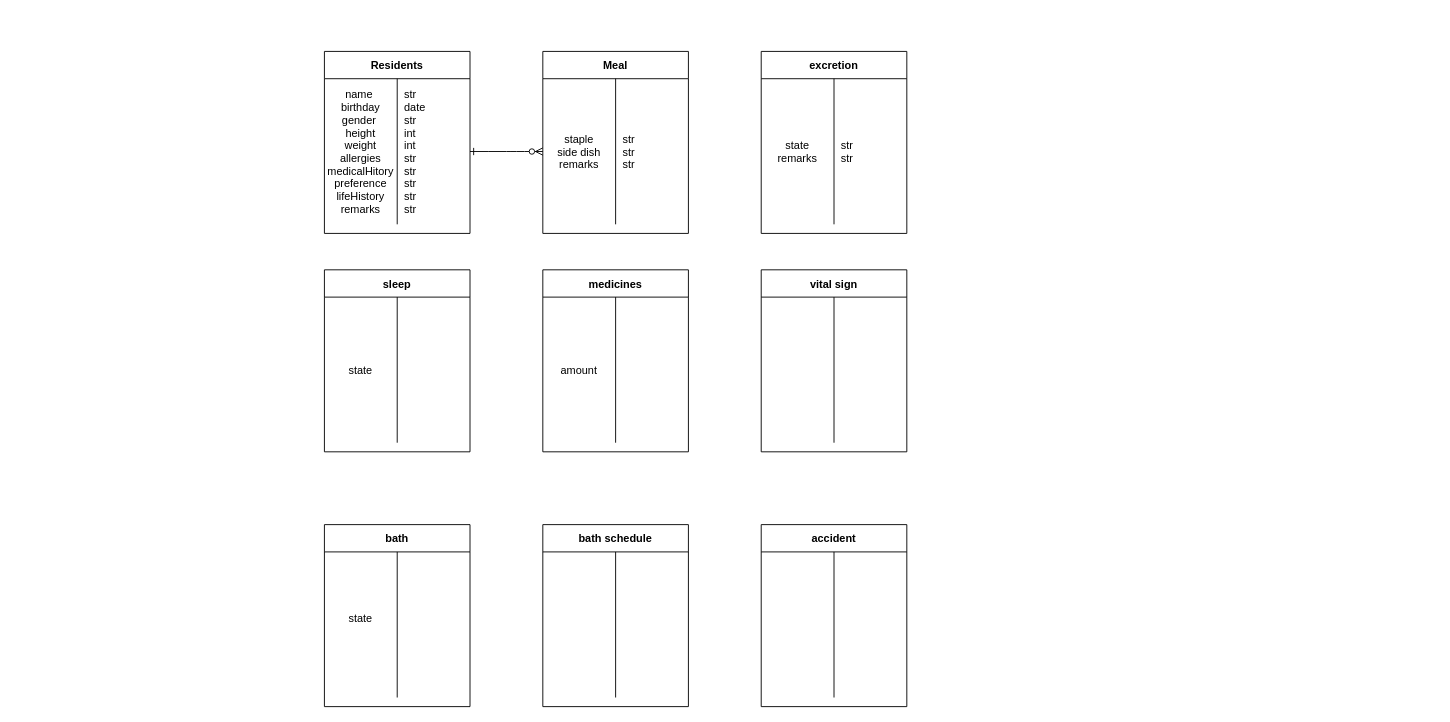
Before: 名称未設定ファイル.drawio in daiki-nishimura/architecture, a draw.io diagram. Source tidied: cells renumbered, new cells numbered last; positions are measured from the earlier drawing's top-left corner, leaving out a move shared by most shapes. Both pictures are drawn from the tidied source at 91%, with x=0, y=0 at pixel (324, 51).
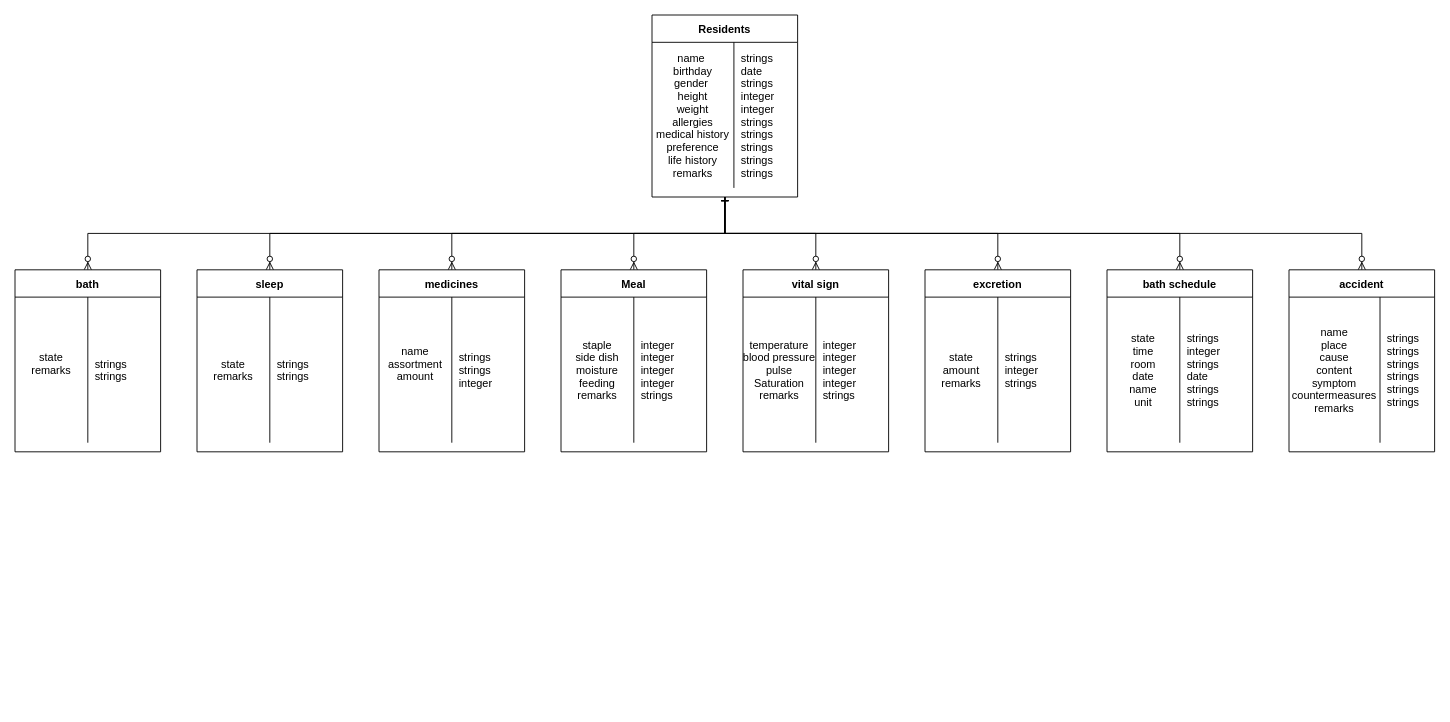
Above is the later version.

Commit message:
ER図.drawio を更新します

The change refers to these unchanged cells:
```xml
<mxCell id="4" style="shape=partialRectangle;fillColor=none;top=0;left=0;right=0;bottom=0;" parent="3" vertex="1">
  <mxGeometry y="30" width="160" height="160" as="geometry" />
</mxCell>
<mxCell id="8" style="shape=partialRectangle;fillColor=none;points=[[0,0.5],[1,0.5]];portConstraint=eastwest;top=0;left=0;right=0;bottom=0;" parent="7" vertex="1">
  <mxGeometry y="30" width="160" height="160" as="geometry" />
</mxCell>
<mxCell id="12" style="shape=partialRectangle;fillColor=none;top=0;left=0;right=0;bottom=0;" parent="11" vertex="1">
  <mxGeometry y="30" width="160" height="160" as="geometry" />
</mxCell>
<mxCell id="16" style="shape=partialRectangle;fillColor=none;top=0;left=0;right=0;bottom=0;" parent="15" vertex="1">
  <mxGeometry y="30" width="160" height="160" as="geometry" />
</mxCell>
<mxCell id="20" style="shape=partialRectangle;fillColor=none;top=0;left=0;right=0;bottom=0;" parent="19" vertex="1">
  <mxGeometry y="30" width="160" height="160" as="geometry" />
</mxCell>
<mxCell id="24" style="shape=partialRectangle;fillColor=none;top=0;left=0;right=0;bottom=0;" parent="23" vertex="1">
  <mxGeometry y="30" width="160" height="160" as="geometry" />
</mxCell>
<mxCell id="28" style="shape=partialRectangle;fillColor=none;top=0;left=0;right=0;bottom=0;" parent="27" vertex="1">
  <mxGeometry y="30" width="160" height="160" as="geometry" />
</mxCell>
<mxCell id="32" style="shape=partialRectangle;fillColor=none;top=0;left=0;right=0;bottom=0;" parent="31" vertex="1">
  <mxGeometry y="30" width="160" height="160" as="geometry" />
</mxCell>
<mxCell id="36" style="shape=partialRectangle;fillColor=none;top=0;left=0;right=0;bottom=0;" parent="35" vertex="1">
  <mxGeometry y="30" width="160" height="160" as="geometry" />
</mxCell>
```

The edit, as a diff of the source:
```diff
@@
-    <mxCell id="2" style="edgeStyle=entityRelationEdgeStyle;endArrow=ERzeroToMany;startArrow=ERone;endFill=1;startFill=0;entryX=0;entryY=0.5;entryDx=0;entryDy=0;" parent="1" edge="1" target="8">
-      <mxGeometry relative="1" as="geometry">
-        <mxPoint x="160" y="110" as="sourcePoint" />
-      </mxGeometry>
-    </mxCell>
+    <mxCell id="39" style="edgeStyle=orthogonalEdgeStyle;rounded=0;jumpStyle=none;jettySize=auto;html=1;entryX=0.5;entryY=0;entryDx=0;entryDy=0;strokeColor=#000000;startArrow=ERone;startFill=0;endArrow=ERzeroToMany;endFill=1;" parent="1" edge="1" source="3" target="7">
+      <mxGeometry relative="1" as="geometry" />
+    </mxCell>
+    <mxCell id="40" style="edgeStyle=orthogonalEdgeStyle;rounded=0;jumpStyle=none;jettySize=auto;html=1;startArrow=ERone;startFill=0;endArrow=ERzeroToMany;endFill=1;strokeColor=#000000;" parent="1" edge="1" source="3" target="15">
+      <mxGeometry relative="1" as="geometry">
+        <Array as="points">
+          <mxPoint x="440" y="200" />
+          <mxPoint x="140" y="200" />
+        </Array>
+      </mxGeometry>
+    </mxCell>
+    <mxCell id="41" style="edgeStyle=orthogonalEdgeStyle;rounded=0;jumpStyle=none;jettySize=auto;html=1;entryX=0.5;entryY=0;entryDx=0;entryDy=0;startArrow=ERone;startFill=0;endArrow=ERzeroToMany;endFill=1;strokeColor=#000000;" parent="1" edge="1" source="3" target="23">
+      <mxGeometry relative="1" as="geometry">
+        <Array as="points">
+          <mxPoint x="440" y="200" />
+          <mxPoint x="-60" y="200" />
+        </Array>
+      </mxGeometry>
+    </mxCell>
+    <mxCell id="42" style="edgeStyle=orthogonalEdgeStyle;rounded=0;jumpStyle=none;jettySize=auto;html=1;entryX=0.5;entryY=0;entryDx=0;entryDy=0;startArrow=ERone;startFill=0;endArrow=ERzeroToMany;endFill=1;strokeColor=#000000;" parent="1" edge="1" source="3" target="27">
+      <mxGeometry relative="1" as="geometry">
+        <Array as="points">
+          <mxPoint x="440" y="200" />
+          <mxPoint x="-260" y="200" />
+        </Array>
+      </mxGeometry>
+    </mxCell>
+    <mxCell id="43" style="edgeStyle=orthogonalEdgeStyle;rounded=0;jumpStyle=none;jettySize=auto;html=1;entryX=0.5;entryY=0;entryDx=0;entryDy=0;startArrow=ERone;startFill=0;endArrow=ERzeroToMany;endFill=1;strokeColor=#000000;" parent="1" edge="1" source="3" target="19">
+      <mxGeometry relative="1" as="geometry">
+        <Array as="points">
+          <mxPoint x="440" y="200" />
+          <mxPoint x="540" y="200" />
+        </Array>
+      </mxGeometry>
+    </mxCell>
+    <mxCell id="44" style="edgeStyle=orthogonalEdgeStyle;rounded=0;jumpStyle=none;jettySize=auto;html=1;startArrow=ERone;startFill=0;endArrow=ERzeroToMany;endFill=1;strokeColor=#000000;" parent="1" edge="1" source="3" target="11">
+      <mxGeometry relative="1" as="geometry">
+        <Array as="points">
+          <mxPoint x="440" y="200" />
+          <mxPoint x="740" y="200" />
+        </Array>
+      </mxGeometry>
+    </mxCell>
+    <mxCell id="45" style="edgeStyle=orthogonalEdgeStyle;rounded=0;jumpStyle=none;jettySize=auto;html=1;startArrow=ERone;startFill=0;endArrow=ERzeroToMany;endFill=1;strokeColor=#000000;entryX=0.5;entryY=0;entryDx=0;entryDy=0;" parent="1" edge="1" source="3" target="31">
+      <mxGeometry relative="1" as="geometry">
+        <Array as="points">
+          <mxPoint x="440" y="200" />
+          <mxPoint x="940" y="200" />
+        </Array>
+      </mxGeometry>
+    </mxCell>
+    <mxCell id="46" style="edgeStyle=orthogonalEdgeStyle;rounded=0;jumpStyle=none;jettySize=auto;html=1;entryX=0.5;entryY=0;entryDx=0;entryDy=0;startArrow=ERone;startFill=0;endArrow=ERzeroToMany;endFill=1;strokeColor=#000000;" parent="1" edge="1" source="3" target="35">
+      <mxGeometry relative="1" as="geometry">
+        <Array as="points">
+          <mxPoint x="440" y="200" />
+          <mxPoint x="1140" y="200" />
+        </Array>
+      </mxGeometry>
+    </mxCell>
     <mxCell id="3" value="Residents" style="shape=table;startSize=30;childLayout=tableLayout;rowLines=0;fontStyle=1;align=center;" parent="1" vertex="1">
-      <mxGeometry width="160" height="200" as="geometry" />
+      <mxGeometry x="360" y="-40" width="160" height="200" as="geometry" />
     </mxCell>
@@
-    <mxCell id="5" value="name &#10;birthday&#10;gender &#10;height&#10;weight&#10;allergies&#10;medicalHitory&#10;preference&#10;lifeHistory&#10;remarks" style="shape=partialRectangle;overflow=hidden;fillColor=none;top=0;left=0;bottom=0;right=0;" parent="4" vertex="1">
-      <mxGeometry width="80" height="160" as="geometry" />
+    <mxCell id="5" value="name &#10;birthday&#10;gender &#10;height&#10;weight&#10;allergies&#10;medical history&#10;preference&#10;life history&#10;remarks" style="shape=partialRectangle;overflow=hidden;fillColor=none;top=0;left=0;bottom=0;right=0;" parent="4" vertex="1">
+      <mxGeometry width="90" height="160" as="geometry" />
     </mxCell>
-    <mxCell id="6" value="str&#10;date&#10;str&#10;int&#10;int&#10;str&#10;str&#10;str&#10;str&#10;str" style="shape=partialRectangle;overflow=hidden;fillColor=none;top=0;left=0;bottom=0;right=0;align=left;spacingLeft=6;" parent="4" vertex="1">
-      <mxGeometry x="80" width="80" height="160" as="geometry" />
+    <mxCell id="6" value="strings&#10;date&#10;strings&#10;integer&#10;integer&#10;strings&#10;strings&#10;strings&#10;strings&#10;strings" style="shape=partialRectangle;overflow=hidden;fillColor=none;top=0;left=0;bottom=0;right=0;align=left;spacingLeft=6;" parent="4" vertex="1">
+      <mxGeometry x="90" width="70" height="160" as="geometry" />
     </mxCell>
     <mxCell id="7" value="Meal" style="shape=table;startSize=30;childLayout=tableLayout;rowLines=0;fontStyle=1;align=center;" parent="1" vertex="1">
-      <mxGeometry x="240" width="160" height="200" as="geometry" />
+      <mxGeometry x="260" y="240" width="160" height="200" as="geometry" />
     </mxCell>
@@
-    <mxCell id="9" value="&#10;staple&#10;side dish&#10;remarks&#10;" style="shape=partialRectangle;overflow=hidden;fillColor=none;top=0;left=0;bottom=0;right=0;verticalAlign=middle;" parent="8" vertex="1">
+    <mxCell id="9" value="&#10;staple&#10;side dish&#10;moisture&#10;feeding&#10;remarks&#10;" style="shape=partialRectangle;overflow=hidden;fillColor=none;top=0;left=0;bottom=0;right=0;verticalAlign=middle;" parent="8" vertex="1">
       <mxGeometry width="80" height="160" as="geometry" />
     </mxCell>
-    <mxCell id="10" value="str&#10;str&#10;str" style="shape=partialRectangle;overflow=hidden;fillColor=none;top=0;left=0;bottom=0;right=0;align=left;spacingLeft=6;verticalAlign=middle;" parent="8" vertex="1">
+    <mxCell id="10" value="integer&#10;integer&#10;integer&#10;integer&#10;strings" style="shape=partialRectangle;overflow=hidden;fillColor=none;top=0;left=0;bottom=0;right=0;align=left;spacingLeft=6;verticalAlign=middle;" parent="8" vertex="1">
       <mxGeometry x="80" width="80" height="160" as="geometry" />
     </mxCell>
     <mxCell id="11" value="excretion" style="shape=table;startSize=30;childLayout=tableLayout;rowLines=0;fontStyle=1;align=center;" parent="1" vertex="1">
-      <mxGeometry x="480" width="160" height="200" as="geometry" />
+      <mxGeometry x="660" y="240" width="160" height="200" as="geometry" />
     </mxCell>
@@
-    <mxCell id="13" value="state&#10;remarks" style="shape=partialRectangle;overflow=hidden;fillColor=none;top=0;left=0;bottom=0;right=0;" parent="12" vertex="1">
+    <mxCell id="13" value="state&#10;amount&#10;remarks" style="shape=partialRectangle;overflow=hidden;fillColor=none;top=0;left=0;bottom=0;right=0;" parent="12" vertex="1">
       <mxGeometry width="80" height="160" as="geometry" />
     </mxCell>
-    <mxCell id="14" value="str&#10;str" style="shape=partialRectangle;overflow=hidden;fillColor=none;top=0;left=0;bottom=0;right=0;align=left;spacingLeft=6;" parent="12" vertex="1">
+    <mxCell id="14" value="strings&#10;integer&#10;strings" style="shape=partialRectangle;overflow=hidden;fillColor=none;top=0;left=0;bottom=0;right=0;align=left;spacingLeft=6;" parent="12" vertex="1">
       <mxGeometry x="80" width="80" height="160" as="geometry" />
     </mxCell>
     <mxCell id="15" value="medicines" style="shape=table;startSize=30;childLayout=tableLayout;rowLines=0;fontStyle=1;align=center;" parent="1" vertex="1">
-      <mxGeometry x="240" y="240" width="160" height="200" as="geometry" />
+      <mxGeometry x="60" y="240" width="160" height="200" as="geometry" />
     </mxCell>
@@
-    <mxCell id="17" value="amount" style="shape=partialRectangle;overflow=hidden;fillColor=none;top=0;left=0;bottom=0;right=0;" parent="16" vertex="1">
+    <mxCell id="17" value="name&#10; assortment &#10;amount&#10;" style="shape=partialRectangle;overflow=hidden;fillColor=none;top=0;left=0;bottom=0;right=0;" parent="16" vertex="1">
       <mxGeometry width="80" height="160" as="geometry" />
     </mxCell>
-    <mxCell id="18" style="shape=partialRectangle;overflow=hidden;fillColor=none;top=0;left=0;bottom=0;right=0;align=left;spacingLeft=6;" parent="16" vertex="1">
+    <mxCell id="18" value="strings&#10;strings&#10;integer" style="shape=partialRectangle;overflow=hidden;fillColor=none;top=0;left=0;bottom=0;right=0;align=left;spacingLeft=6;" parent="16" vertex="1">
       <mxGeometry x="80" width="80" height="160" as="geometry" />
     </mxCell>
     <mxCell id="19" value="vital sign" style="shape=table;startSize=30;childLayout=tableLayout;rowLines=0;fontStyle=1;align=center;" parent="1" vertex="1">
-      <mxGeometry x="480" y="240" width="160" height="200" as="geometry" />
+      <mxGeometry x="460" y="240" width="160" height="200" as="geometry" />
     </mxCell>
@@
-    <mxCell id="21" style="shape=partialRectangle;overflow=hidden;fillColor=none;top=0;left=0;bottom=0;right=0;" parent="20" vertex="1">
+    <mxCell id="21" value="temperature&#10;blood pressure&#10;pulse&#10;Saturation&#10;remarks" style="shape=partialRectangle;overflow=hidden;fillColor=none;top=0;left=0;bottom=0;right=0;" parent="20" vertex="1">
       <mxGeometry width="80" height="160" as="geometry" />
     </mxCell>
-    <mxCell id="22" style="shape=partialRectangle;overflow=hidden;fillColor=none;top=0;left=0;bottom=0;right=0;align=left;spacingLeft=6;" parent="20" vertex="1">
+    <mxCell id="22" value="integer&#10;integer&#10;integer&#10;integer&#10;strings" style="shape=partialRectangle;overflow=hidden;fillColor=none;top=0;left=0;bottom=0;right=0;align=left;spacingLeft=6;" parent="20" vertex="1">
       <mxGeometry x="80" width="80" height="160" as="geometry" />
     </mxCell>
     <mxCell id="23" value="sleep" style="shape=table;startSize=30;childLayout=tableLayout;rowLines=0;fontStyle=1;align=center;" parent="1" vertex="1">
-      <mxGeometry y="240" width="160" height="200" as="geometry" />
+      <mxGeometry x="-140" y="240" width="160" height="200" as="geometry" />
     </mxCell>
@@
-    <mxCell id="25" value="state" style="shape=partialRectangle;overflow=hidden;fillColor=none;top=0;left=0;bottom=0;right=0;" parent="24" vertex="1">
+    <mxCell id="25" value="state&#10;remarks" style="shape=partialRectangle;overflow=hidden;fillColor=none;top=0;left=0;bottom=0;right=0;" parent="24" vertex="1">
       <mxGeometry width="80" height="160" as="geometry" />
     </mxCell>
-    <mxCell id="26" style="shape=partialRectangle;overflow=hidden;fillColor=none;top=0;left=0;bottom=0;right=0;align=left;spacingLeft=6;" parent="24" vertex="1">
+    <mxCell id="26" value="strings&#10;strings" style="shape=partialRectangle;overflow=hidden;fillColor=none;top=0;left=0;bottom=0;right=0;align=left;spacingLeft=6;" parent="24" vertex="1">
       <mxGeometry x="80" width="80" height="160" as="geometry" />
     </mxCell>
     <mxCell id="27" value="bath" style="shape=table;startSize=30;childLayout=tableLayout;rowLines=0;fontStyle=1;align=center;" parent="1" vertex="1">
-      <mxGeometry y="520" width="160" height="200" as="geometry" />
+      <mxGeometry x="-340" y="240" width="160" height="200" as="geometry" />
     </mxCell>
@@
-    <mxCell id="29" value="state&#10;" style="shape=partialRectangle;overflow=hidden;fillColor=none;top=0;left=0;bottom=0;right=0;" parent="28" vertex="1">
+    <mxCell id="29" value="state&#10;remarks&#10;" style="shape=partialRectangle;overflow=hidden;fillColor=none;top=0;left=0;bottom=0;right=0;" parent="28" vertex="1">
       <mxGeometry width="80" height="160" as="geometry" />
     </mxCell>
-    <mxCell id="30" style="shape=partialRectangle;overflow=hidden;fillColor=none;top=0;left=0;bottom=0;right=0;align=left;spacingLeft=6;" parent="28" vertex="1">
+    <mxCell id="30" value="strings&#10;strings" style="shape=partialRectangle;overflow=hidden;fillColor=none;top=0;left=0;bottom=0;right=0;align=left;spacingLeft=6;" parent="28" vertex="1">
       <mxGeometry x="80" width="80" height="160" as="geometry" />
     </mxCell>
     <mxCell id="31" value="bath schedule" style="shape=table;startSize=30;childLayout=tableLayout;rowLines=0;fontStyle=1;align=center;" parent="1" vertex="1">
-      <mxGeometry x="240" y="520" width="160" height="200" as="geometry" />
+      <mxGeometry x="860" y="240" width="160" height="200" as="geometry" />
     </mxCell>
@@
-    <mxCell id="33" style="shape=partialRectangle;overflow=hidden;fillColor=none;top=0;left=0;bottom=0;right=0;" parent="32" vertex="1">
+    <mxCell id="33" value="state&#10;time&#10;room&#10;date&#10;name&#10;unit" style="shape=partialRectangle;overflow=hidden;fillColor=none;top=0;left=0;bottom=0;right=0;" parent="32" vertex="1">
       <mxGeometry width="80" height="160" as="geometry" />
     </mxCell>
-    <mxCell id="34" style="shape=partialRectangle;overflow=hidden;fillColor=none;top=0;left=0;bottom=0;right=0;align=left;spacingLeft=6;" parent="32" vertex="1">
+    <mxCell id="34" value="strings&#10;integer&#10;strings&#10;date&#10;strings&#10;strings" style="shape=partialRectangle;overflow=hidden;fillColor=none;top=0;left=0;bottom=0;right=0;align=left;spacingLeft=6;" parent="32" vertex="1">
       <mxGeometry x="80" width="80" height="160" as="geometry" />
     </mxCell>
     <mxCell id="35" value="accident" style="shape=table;startSize=30;childLayout=tableLayout;rowLines=0;fontStyle=1;align=center;" parent="1" vertex="1">
-      <mxGeometry x="480" y="520" width="160" height="200" as="geometry" />
+      <mxGeometry x="1060" y="240" width="160" height="200" as="geometry" />
     </mxCell>
@@
-    <mxCell id="37" style="shape=partialRectangle;overflow=hidden;fillColor=none;top=0;left=0;bottom=0;right=0;" parent="36" vertex="1">
-      <mxGeometry width="80" height="160" as="geometry" />
+    <mxCell id="37" value="name&#10;place&#10;cause&#10;content&#10;symptom&#10;countermeasures&#10;remarks" style="shape=partialRectangle;overflow=hidden;fillColor=none;top=0;left=0;bottom=0;right=0;" parent="36" vertex="1">
+      <mxGeometry width="100" height="160" as="geometry" />
     </mxCell>
-    <mxCell id="38" style="shape=partialRectangle;overflow=hidden;fillColor=none;top=0;left=0;bottom=0;right=0;align=left;spacingLeft=6;" parent="36" vertex="1">
-      <mxGeometry x="80" width="80" height="160" as="geometry" />
+    <mxCell id="38" value="strings&#10;strings&#10;strings&#10;strings&#10;strings&#10;strings" style="shape=partialRectangle;overflow=hidden;fillColor=none;top=0;left=0;bottom=0;right=0;align=left;spacingLeft=6;" parent="36" vertex="1">
+      <mxGeometry x="100" width="60" height="160" as="geometry" />
     </mxCell>
```
